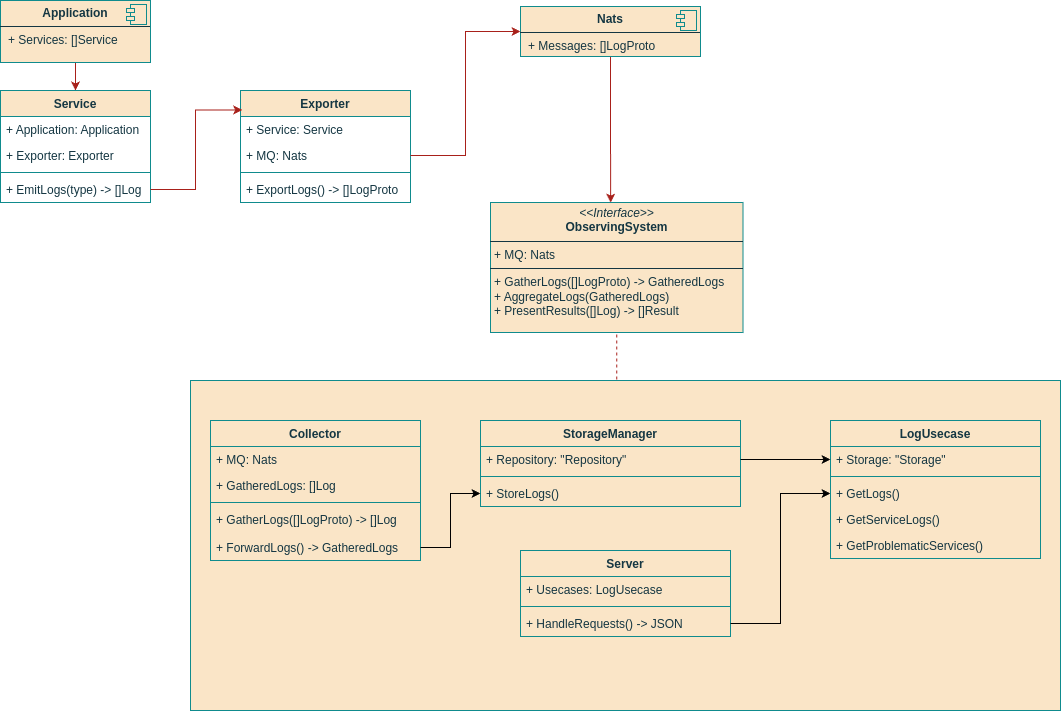
Before: general/mvps/mvp_v1/diagrs/logical_view.png, a diagram exported from draw.io (John321Blacksmith/knowledge_base). Source tidied: cells renumbered, new cells last; positions are measured from the earlier drawing's top-left corner, leaving out a move shared by most shapes.
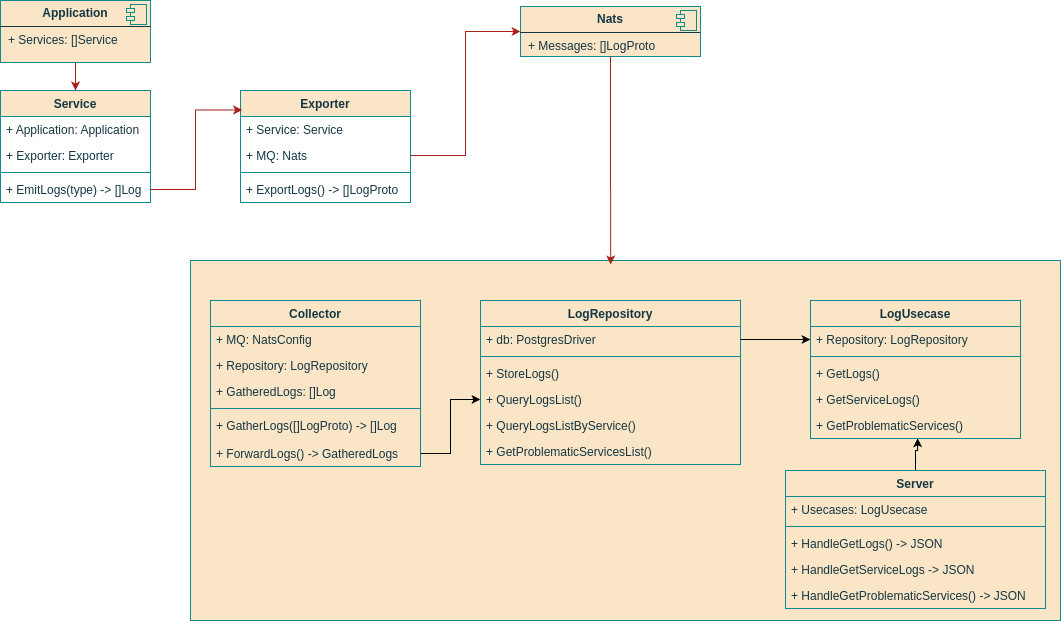
Later version of the same file.

What changed in the source:
```diff
@@ -3,7 +3,7 @@
     <mxCell id="0" />
     <mxCell id="1" parent="0" />
     <mxCell id="2" style="rounded=0;whiteSpace=wrap;html=1;labelBackgroundColor=none;fillColor=#FAE5C7;strokeColor=#0F8B8D;fontColor=#143642;" parent="1" vertex="1">
-      <mxGeometry x="190" y="380" width="870" height="330" as="geometry" />
+      <mxGeometry x="190" y="260" width="870" height="360" as="geometry" />
     </mxCell>
     <mxCell id="3" style="edgeStyle=orthogonalEdgeStyle;rounded=0;jettySize=auto;html=1;entryX=0.5;entryY=0;entryDx=0;entryDy=0;labelBackgroundColor=none;strokeColor=#A8201A;fontColor=default;" parent="1" edge="1" source="4" target="6">
       <mxGeometry relative="1" as="geometry" />
@@ -46,9 +46,6 @@
     <mxCell id="15" value="+ ExportLogs() -&amp;gt; []LogProto" style="text;strokeColor=none;fillColor=none;align=left;verticalAlign=top;spacingLeft=4;spacingRight=4;overflow=hidden;whiteSpace=wrap;html=1;labelBackgroundColor=none;fontColor=#143642;" parent="11" vertex="1">
       <mxGeometry y="86" width="170" height="26" as="geometry" />
     </mxCell>
-    <mxCell id="16" style="edgeStyle=orthogonalEdgeStyle;rounded=0;jettySize=auto;html=1;entryX=0.476;entryY=0.001;entryDx=0;entryDy=0;entryPerimeter=0;labelBackgroundColor=none;strokeColor=#A8201A;fontColor=default;" parent="1" edge="1" source="17" target="21">
-      <mxGeometry relative="1" as="geometry" />
-    </mxCell>
     <mxCell id="17" value="&lt;p style=&quot;margin:0px;margin-top:6px;text-align:center;&quot;&gt;&lt;b&gt;Nats&lt;/b&gt;&lt;/p&gt;&lt;hr size=&quot;1&quot; style=&quot;border-style:solid;&quot;&gt;&lt;p style=&quot;margin:0px;margin-left:8px;&quot;&gt;+ Messages: []LogProto&lt;/p&gt;" style="align=left;overflow=fill;html=1;whiteSpace=wrap;labelBackgroundColor=none;fillColor=#FAE5C7;strokeColor=#0F8B8D;fontColor=#143642;" parent="1" vertex="1">
       <mxGeometry x="520" y="6" width="180" height="50" as="geometry" />
     </mxCell>
@@ -63,64 +60,76 @@
     <mxCell id="20" style="edgeStyle=orthogonalEdgeStyle;rounded=0;jettySize=auto;html=1;entryX=0.01;entryY=0.174;entryDx=0;entryDy=0;entryPerimeter=0;labelBackgroundColor=none;strokeColor=#A8201A;fontColor=default;" parent="1" edge="1" source="10" target="11">
       <mxGeometry relative="1" as="geometry" />
     </mxCell>
-    <mxCell id="21" value="&lt;p style=&quot;margin:0px;margin-top:4px;text-align:center;&quot;&gt;&lt;i&gt;&amp;lt;&amp;lt;Interface&amp;gt;&amp;gt;&lt;/i&gt;&lt;br&gt;&lt;b&gt;ObservingSystem&lt;/b&gt;&lt;/p&gt;&lt;hr size=&quot;1&quot; style=&quot;border-style:solid;&quot;&gt;&lt;p style=&quot;margin:0px;margin-left:4px;&quot;&gt;+ MQ: Nats&lt;br&gt;&lt;/p&gt;&lt;hr size=&quot;1&quot; style=&quot;border-style:solid;&quot;&gt;&lt;p style=&quot;margin:0px;margin-left:4px;&quot;&gt;+ GatherLogs([]LogProto) -&amp;gt; GatheredLogs&lt;/p&gt;&lt;p style=&quot;margin:0px;margin-left:4px;&quot;&gt;+ AggregateLogs(GatheredLogs)&lt;/p&gt;&lt;p style=&quot;margin:0px;margin-left:4px;&quot;&gt;+ PresentResults([]Log) -&amp;gt; []Result&lt;/p&gt;" style="verticalAlign=top;align=left;overflow=fill;html=1;whiteSpace=wrap;labelBackgroundColor=none;fillColor=#FAE5C7;strokeColor=#0F8B8D;fontColor=#143642;" parent="1" vertex="1">
-      <mxGeometry x="490" y="202" width="252.5" height="130" as="geometry" />
-    </mxCell>
+    <mxCell id="46" style="edgeStyle=orthogonalEdgeStyle;rounded=0;jettySize=auto;html=1;entryX=0.51;entryY=0.99;entryDx=0;entryDy=0;entryPerimeter=0;" parent="1" edge="1" source="22" target="44">
+      <mxGeometry relative="1" as="geometry" />
+    </mxCell>
     <mxCell id="22" value="Server" style="swimlane;fontStyle=1;align=center;verticalAlign=top;horizontal=1;startSize=26;whiteSpace=wrap;html=1;labelBackgroundColor=none;fillColor=#FAE5C7;strokeColor=#0F8B8D;fontColor=#143642;" parent="1" vertex="1">
-      <mxGeometry x="520" y="550" width="210" height="86" as="geometry" />
+      <mxGeometry x="785" y="470" width="260" height="138" as="geometry" />
     </mxCell>
     <mxCell id="23" value="+ Usecases: LogUsecase" style="text;strokeColor=none;fillColor=none;align=left;verticalAlign=top;spacingLeft=4;spacingRight=4;overflow=hidden;whiteSpace=wrap;html=1;labelBackgroundColor=none;fontColor=#143642;" parent="22" vertex="1">
-      <mxGeometry y="26" width="210" height="26" as="geometry" />
+      <mxGeometry y="26" width="260" height="26" as="geometry" />
     </mxCell>
     <mxCell id="24" style="line;strokeWidth=1;fillColor=none;align=left;verticalAlign=middle;spacingTop=-1;spacingLeft=3;spacingRight=3;labelPosition=right;strokeColor=#0F8B8D;labelBackgroundColor=none;fontColor=#143642;" parent="22" vertex="1">
-      <mxGeometry y="52" width="210" height="8" as="geometry" />
+      <mxGeometry y="52" width="260" height="8" as="geometry" />
     </mxCell>
-    <mxCell id="25" value="+ HandleRequests() -&amp;gt; JSON" style="text;strokeColor=none;fillColor=none;align=left;verticalAlign=top;spacingLeft=4;spacingRight=4;overflow=hidden;points=[[0,0.5],[1,0.5]];portConstraint=eastwest;whiteSpace=wrap;html=1;labelBackgroundColor=none;fontColor=#143642;" parent="22" vertex="1">
-      <mxGeometry y="60" width="210" height="26" as="geometry" />
+    <mxCell id="25" value="+ HandleGetLogs()&amp;nbsp;-&amp;gt; JSON" style="text;strokeColor=none;fillColor=none;align=left;verticalAlign=top;spacingLeft=4;spacingRight=4;overflow=hidden;points=[[0,0.5],[1,0.5]];portConstraint=eastwest;whiteSpace=wrap;html=1;labelBackgroundColor=none;fontColor=#143642;" parent="22" vertex="1">
+      <mxGeometry y="60" width="260" height="26" as="geometry" />
     </mxCell>
+    <mxCell id="47" value="+ HandleGetServiceLogs&amp;nbsp;-&amp;gt; JSON" style="text;strokeColor=none;fillColor=none;align=left;verticalAlign=top;spacingLeft=4;spacingRight=4;overflow=hidden;whiteSpace=wrap;html=1;labelBackgroundColor=none;fontColor=#143642;" parent="22" vertex="1">
+      <mxGeometry y="86" width="260" height="26" as="geometry" />
+    </mxCell>
+    <mxCell id="48" value="+ HandleGetProblematicServices() -&amp;gt; JSON" style="text;strokeColor=none;fillColor=none;align=left;verticalAlign=top;spacingLeft=4;spacingRight=4;overflow=hidden;whiteSpace=wrap;html=1;labelBackgroundColor=none;fontColor=#143642;" parent="22" vertex="1">
+      <mxGeometry y="112" width="260" height="26" as="geometry" />
+    </mxCell>
     <mxCell id="26" value="Collector" style="swimlane;fontStyle=1;align=center;verticalAlign=top;horizontal=1;startSize=26;whiteSpace=wrap;html=1;labelBackgroundColor=none;fillColor=#FAE5C7;strokeColor=#0F8B8D;fontColor=#143642;" parent="1" vertex="1">
-      <mxGeometry x="210" y="420" width="210" height="140" as="geometry" />
+      <mxGeometry x="210" y="300" width="210" height="166" as="geometry" />
     </mxCell>
-    <mxCell id="27" value="+ MQ: Nats" style="text;strokeColor=none;fillColor=none;align=left;verticalAlign=top;spacingLeft=4;spacingRight=4;overflow=hidden;whiteSpace=wrap;html=1;labelBackgroundColor=none;fontColor=#143642;" parent="26" vertex="1">
+    <mxCell id="27" value="+ MQ: NatsConfig" style="text;strokeColor=none;fillColor=none;align=left;verticalAlign=top;spacingLeft=4;spacingRight=4;overflow=hidden;whiteSpace=wrap;html=1;labelBackgroundColor=none;fontColor=#143642;" parent="26" vertex="1">
       <mxGeometry y="26" width="210" height="26" as="geometry" />
     </mxCell>
+    <mxCell id="49" value="+ Repository: LogRepository" style="text;strokeColor=none;fillColor=none;align=left;verticalAlign=top;spacingLeft=4;spacingRight=4;overflow=hidden;whiteSpace=wrap;html=1;labelBackgroundColor=none;fontColor=#143642;" parent="26" vertex="1">
+      <mxGeometry y="52" width="210" height="26" as="geometry" />
+    </mxCell>
     <mxCell id="28" value="+ GatheredLogs: []Log" style="text;strokeColor=none;fillColor=none;align=left;verticalAlign=top;spacingLeft=4;spacingRight=4;overflow=hidden;whiteSpace=wrap;html=1;labelBackgroundColor=none;fontColor=#143642;" parent="26" vertex="1">
-      <mxGeometry y="52" width="210" height="26" as="geometry" />
+      <mxGeometry y="78" width="210" height="26" as="geometry" />
     </mxCell>
     <mxCell id="29" style="line;strokeWidth=1;fillColor=none;align=left;verticalAlign=middle;spacingTop=-1;spacingLeft=3;spacingRight=3;labelPosition=right;strokeColor=#0F8B8D;labelBackgroundColor=none;fontColor=#143642;" parent="26" vertex="1">
-      <mxGeometry y="78" width="210" height="8" as="geometry" />
+      <mxGeometry y="104" width="210" height="8" as="geometry" />
     </mxCell>
     <mxCell id="30" value="+ GatherLogs([]LogProto) -&amp;gt; []Log" style="text;strokeColor=none;fillColor=none;align=left;verticalAlign=top;spacingLeft=4;spacingRight=4;overflow=hidden;whiteSpace=wrap;html=1;labelBackgroundColor=none;fontColor=#143642;" parent="26" vertex="1">
-      <mxGeometry y="86" width="210" height="28" as="geometry" />
+      <mxGeometry y="112" width="210" height="28" as="geometry" />
     </mxCell>
     <mxCell id="31" value="+ ForwardLogs() -&amp;gt; GatheredLogs" style="text;strokeColor=none;fillColor=none;align=left;verticalAlign=top;spacingLeft=4;spacingRight=4;overflow=hidden;points=[[0,0.5],[1,0.5]];portConstraint=eastwest;whiteSpace=wrap;html=1;labelBackgroundColor=none;fontColor=#143642;" parent="26" vertex="1">
-      <mxGeometry y="114" width="210" height="26" as="geometry" />
+      <mxGeometry y="140" width="210" height="26" as="geometry" />
     </mxCell>
-    <mxCell id="32" value="StorageManager" style="swimlane;fontStyle=1;align=center;verticalAlign=top;horizontal=1;startSize=26;whiteSpace=wrap;html=1;labelBackgroundColor=none;fillColor=#FAE5C7;strokeColor=#0F8B8D;fontColor=#143642;" parent="1" vertex="1">
-      <mxGeometry x="480" y="420" width="260" height="86" as="geometry" />
+    <mxCell id="32" value="LogRepository" style="swimlane;fontStyle=1;align=center;verticalAlign=top;horizontal=1;startSize=26;whiteSpace=wrap;html=1;labelBackgroundColor=none;fillColor=#FAE5C7;strokeColor=#0F8B8D;fontColor=#143642;" parent="1" vertex="1">
+      <mxGeometry x="480" y="300" width="260" height="164" as="geometry" />
     </mxCell>
-    <mxCell id="33" value="+ Repository: &quot;Repository&quot;" style="text;strokeColor=none;fillColor=none;align=left;verticalAlign=top;spacingLeft=4;spacingRight=4;overflow=hidden;points=[[0,0.5],[1,0.5]];portConstraint=eastwest;whiteSpace=wrap;html=1;labelBackgroundColor=none;fontColor=#143642;" parent="32" vertex="1">
+    <mxCell id="33" value="+ db: PostgresDriver" style="text;strokeColor=none;fillColor=none;align=left;verticalAlign=top;spacingLeft=4;spacingRight=4;overflow=hidden;points=[[0,0.5],[1,0.5]];portConstraint=eastwest;whiteSpace=wrap;html=1;labelBackgroundColor=none;fontColor=#143642;" parent="32" vertex="1">
       <mxGeometry y="26" width="260" height="26" as="geometry" />
     </mxCell>
     <mxCell id="34" style="line;strokeWidth=1;fillColor=none;align=left;verticalAlign=middle;spacingTop=-1;spacingLeft=3;spacingRight=3;labelPosition=right;strokeColor=#0F8B8D;labelBackgroundColor=none;fontColor=#143642;" parent="32" vertex="1">
       <mxGeometry y="52" width="260" height="8" as="geometry" />
     </mxCell>
+    <mxCell id="50" value="+ StoreLogs()" style="text;strokeColor=none;fillColor=none;align=left;verticalAlign=top;spacingLeft=4;spacingRight=4;overflow=hidden;whiteSpace=wrap;html=1;labelBackgroundColor=none;fontColor=#143642;" parent="32" vertex="1">
+      <mxGeometry y="60" width="260" height="26" as="geometry" />
+    </mxCell>
-    <mxCell id="35" value="+ StoreLogs()" style="text;strokeColor=none;fillColor=none;align=left;verticalAlign=top;spacingLeft=4;spacingRight=4;overflow=hidden;points=[[0,0.5],[1,0.5]];portConstraint=eastwest;whiteSpace=wrap;html=1;labelBackgroundColor=none;fontColor=#143642;" parent="32" vertex="1">
-      <mxGeometry y="60" width="260" height="26" as="geometry" />
+    <mxCell id="35" value="+ QueryLogsList()" style="text;strokeColor=none;fillColor=none;align=left;verticalAlign=top;spacingLeft=4;spacingRight=4;overflow=hidden;points=[[0,0.5],[1,0.5]];portConstraint=eastwest;whiteSpace=wrap;html=1;labelBackgroundColor=none;fontColor=#143642;" parent="32" vertex="1">
+      <mxGeometry y="86" width="260" height="26" as="geometry" />
     </mxCell>
-    <mxCell id="36" style="endArrow=none;dashed=1;html=1;rounded=0;strokeColor=#A8201A;fontColor=#143642;fillColor=#FAE5C7;entryX=0.5;entryY=1;entryDx=0;entryDy=0;exitX=0.49;exitY=-0.003;exitDx=0;exitDy=0;exitPerimeter=0;" parent="1" edge="1" source="2" target="21">
-      <mxGeometry relative="1" as="geometry" />
-    </mxCell>
+    <mxCell id="51" value="+ QueryLogsListByService()" style="text;strokeColor=none;fillColor=none;align=left;verticalAlign=top;spacingLeft=4;spacingRight=4;overflow=hidden;whiteSpace=wrap;html=1;labelBackgroundColor=none;fontColor=#143642;" parent="32" vertex="1">
+      <mxGeometry y="112" width="260" height="26" as="geometry" />
+    </mxCell>
+    <mxCell id="52" value="+ GetProblematicServicesList()" style="text;strokeColor=none;fillColor=none;align=left;verticalAlign=top;spacingLeft=4;spacingRight=4;overflow=hidden;whiteSpace=wrap;html=1;labelBackgroundColor=none;fontColor=#143642;" parent="32" vertex="1">
+      <mxGeometry y="138" width="260" height="26" as="geometry" />
+    </mxCell>
     <mxCell id="37" style="edgeStyle=orthogonalEdgeStyle;rounded=0;jettySize=auto;html=1;exitX=1;exitY=0.5;exitDx=0;exitDy=0;" parent="1" edge="1" source="31" target="35">
       <mxGeometry relative="1" as="geometry" />
     </mxCell>
-    <mxCell id="38" style="edgeStyle=orthogonalEdgeStyle;rounded=0;jettySize=auto;html=1;entryX=0;entryY=0.5;entryDx=0;entryDy=0;" parent="1" edge="1" source="25" target="42">
-      <mxGeometry relative="1" as="geometry" />
-    </mxCell>
     <mxCell id="39" value="LogUsecase" style="swimlane;fontStyle=1;align=center;verticalAlign=top;horizontal=1;startSize=26;whiteSpace=wrap;html=1;labelBackgroundColor=none;fillColor=#FAE5C7;strokeColor=#0F8B8D;fontColor=#143642;" parent="1" vertex="1">
-      <mxGeometry x="830" y="420" width="210" height="138" as="geometry" />
+      <mxGeometry x="810" y="300" width="210" height="138" as="geometry" />
     </mxCell>
-    <mxCell id="40" value="+ Storage: &quot;Storage&quot;" style="text;strokeColor=none;fillColor=none;align=left;verticalAlign=top;spacingLeft=4;spacingRight=4;overflow=hidden;points=[[0,0.5],[1,0.5]];portConstraint=eastwest;whiteSpace=wrap;html=1;labelBackgroundColor=none;fontColor=#143642;" parent="39" vertex="1">
+    <mxCell id="40" value="+ Repository: LogRepository" style="text;strokeColor=none;fillColor=none;align=left;verticalAlign=top;spacingLeft=4;spacingRight=4;overflow=hidden;points=[[0,0.5],[1,0.5]];portConstraint=eastwest;whiteSpace=wrap;html=1;labelBackgroundColor=none;fontColor=#143642;" parent="39" vertex="1">
       <mxGeometry y="26" width="210" height="26" as="geometry" />
     </mxCell>
     <mxCell id="41" style="line;strokeWidth=1;fillColor=none;align=left;verticalAlign=middle;spacingTop=-1;spacingLeft=3;spacingRight=3;labelPosition=right;strokeColor=#0F8B8D;labelBackgroundColor=none;fontColor=#143642;" parent="39" vertex="1">
@@ -138,5 +147,8 @@
     <mxCell id="45" style="edgeStyle=orthogonalEdgeStyle;rounded=0;jettySize=auto;html=1;entryX=0;entryY=0.5;entryDx=0;entryDy=0;" parent="1" edge="1" source="33" target="40">
       <mxGeometry relative="1" as="geometry" />
     </mxCell>
+    <mxCell id="53" style="edgeStyle=orthogonalEdgeStyle;rounded=0;jettySize=auto;html=1;labelBackgroundColor=none;strokeColor=#A8201A;fontColor=default;exitX=0.5;exitY=1;exitDx=0;exitDy=0;entryX=0.483;entryY=0.011;entryDx=0;entryDy=0;entryPerimeter=0;" parent="1" edge="1" source="17" target="2">
+      <mxGeometry relative="1" as="geometry" />
+    </mxCell>
   </root>
 </mxGraphModel>
```
